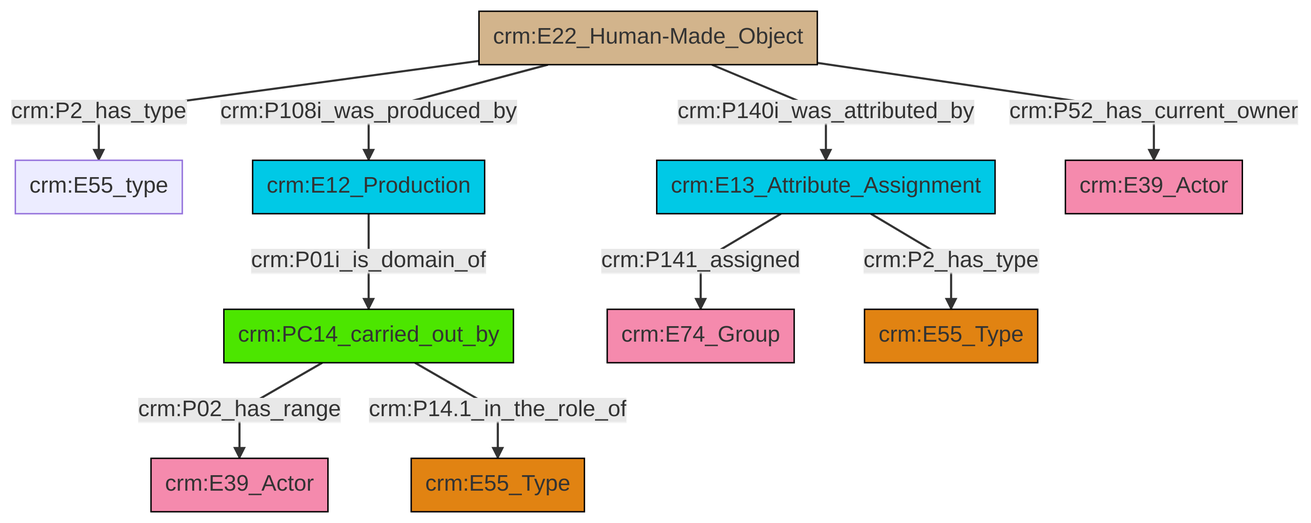
The Mermaid diagram et/builtWorkCSV/ttl/mmd/png/Built_Work_actor_relations.png in swiss-art-research-net/reference-data-models, before a commit. Its source is kept beside it as et/builtWorkCSV/ttl/mmd/Built_Work_actor_relations.ttl.mmd.
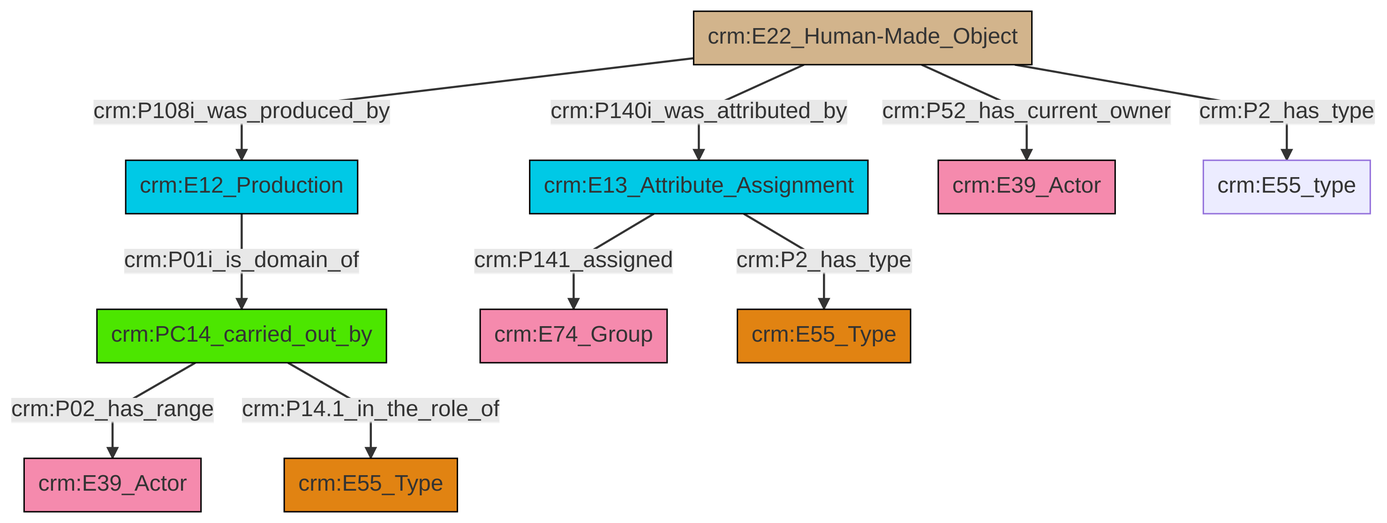
Above is the later version.

Change to the diagram source:
```diff
@@ -13,12 +13,12 @@
 classDef PC_Classes fill:#4ce600, stroke:#000000;
 classDef Multi fill:#cccccc,stroke:#000000;
 
-0["crm:PC14_carried_out_by"]:::PC_Classes -->|crm:P02_has_range| 1["crm:E39_Actor"]:::Actor
-3["crm:E22_Human-Made_Object"]:::Physical_Thing -->|crm:P2_has_type| 4["crm:E55_type"]:::Default
-5["crm:E13_Attribute_Assignment"]:::Temporal_Entity -->|crm:P141_assigned| 6["crm:E74_Group"]:::Actor
-7["crm:E12_Production"]:::Temporal_Entity -->|crm:P01i_is_domain_of| 0["crm:PC14_carried_out_by"]:::PC_Classes
-5["crm:E13_Attribute_Assignment"]:::Temporal_Entity -->|crm:P2_has_type| 12["crm:E55_Type"]:::Type
-3["crm:E22_Human-Made_Object"]:::Physical_Thing -->|crm:P140i_was_attributed_by| 5["crm:E13_Attribute_Assignment"]:::Temporal_Entity
-3["crm:E22_Human-Made_Object"]:::Physical_Thing -->|crm:P52_has_current_owner| 17["crm:E39_Actor"]:::Actor
-0["crm:PC14_carried_out_by"]:::PC_Classes -->|crm:P14.1_in_the_role_of| 14["crm:E55_Type"]:::Type
-3["crm:E22_Human-Made_Object"]:::Physical_Thing -->|crm:P108i_was_produced_by| 7["crm:E12_Production"]:::Temporal_Entity
+0["crm:E12_Production"]:::Temporal_Entity -->|crm:P01i_is_domain_of| 1["crm:PC14_carried_out_by"]:::PC_Classes
+2["crm:E13_Attribute_Assignment"]:::Temporal_Entity -->|crm:P141_assigned| 3["crm:E74_Group"]:::Actor
+1["crm:PC14_carried_out_by"]:::PC_Classes -->|crm:P02_has_range| 4["crm:E39_Actor"]:::Actor
+2["crm:E13_Attribute_Assignment"]:::Temporal_Entity -->|crm:P2_has_type| 8["crm:E55_Type"]:::Type
+1["crm:PC14_carried_out_by"]:::PC_Classes -->|crm:P14.1_in_the_role_of| 9["crm:E55_Type"]:::Type
+10["crm:E22_Human-Made_Object"]:::Physical_Thing -->|crm:P52_has_current_owner| 6["crm:E39_Actor"]:::Actor
+10["crm:E22_Human-Made_Object"]:::Physical_Thing -->|crm:P108i_was_produced_by| 0["crm:E12_Production"]:::Temporal_Entity
+10["crm:E22_Human-Made_Object"]:::Physical_Thing -->|crm:P2_has_type| 17["crm:E55_type"]:::Default
+10["crm:E22_Human-Made_Object"]:::Physical_Thing -->|crm:P140i_was_attributed_by| 2["crm:E13_Attribute_Assignment"]:::Temporal_Entity
```
